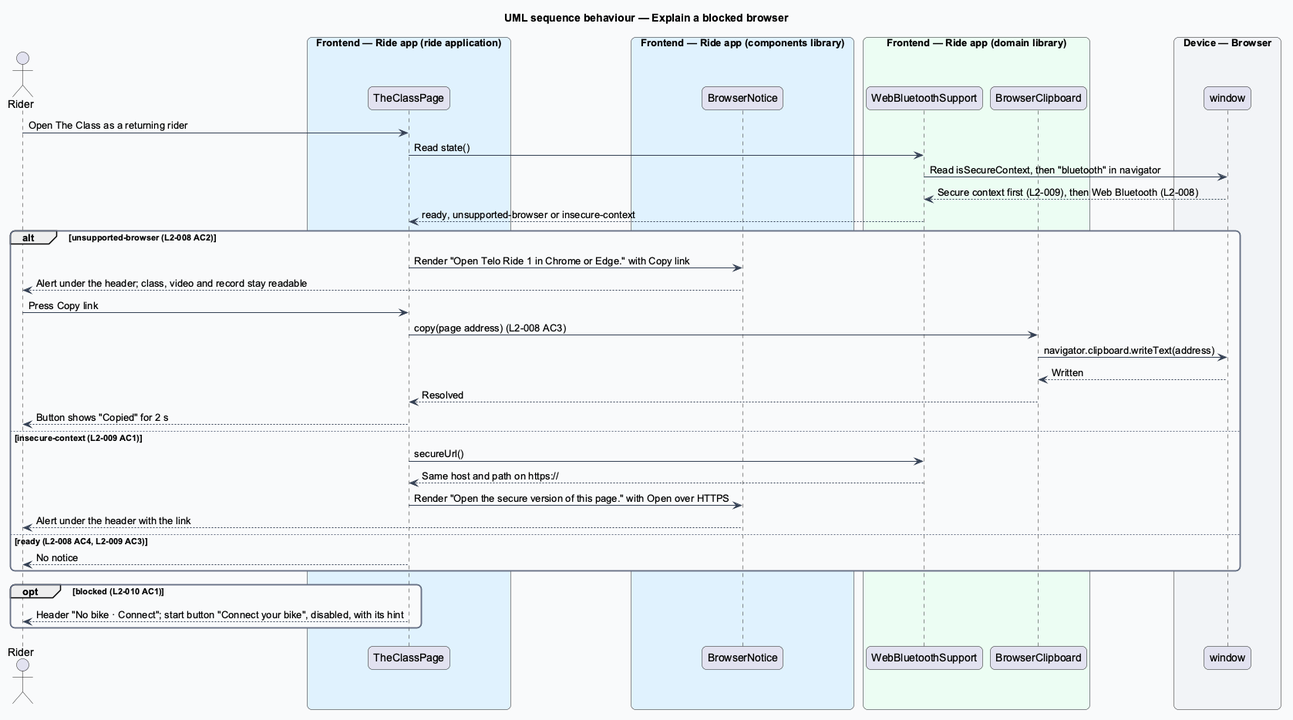
Earlier version of the PlantUML export docs/detailed-designs/bike/check-bike-and-browser-support/diagrams/sequence-explain-a-blocked-browser.png (QuinntyneBrown/ride-one).
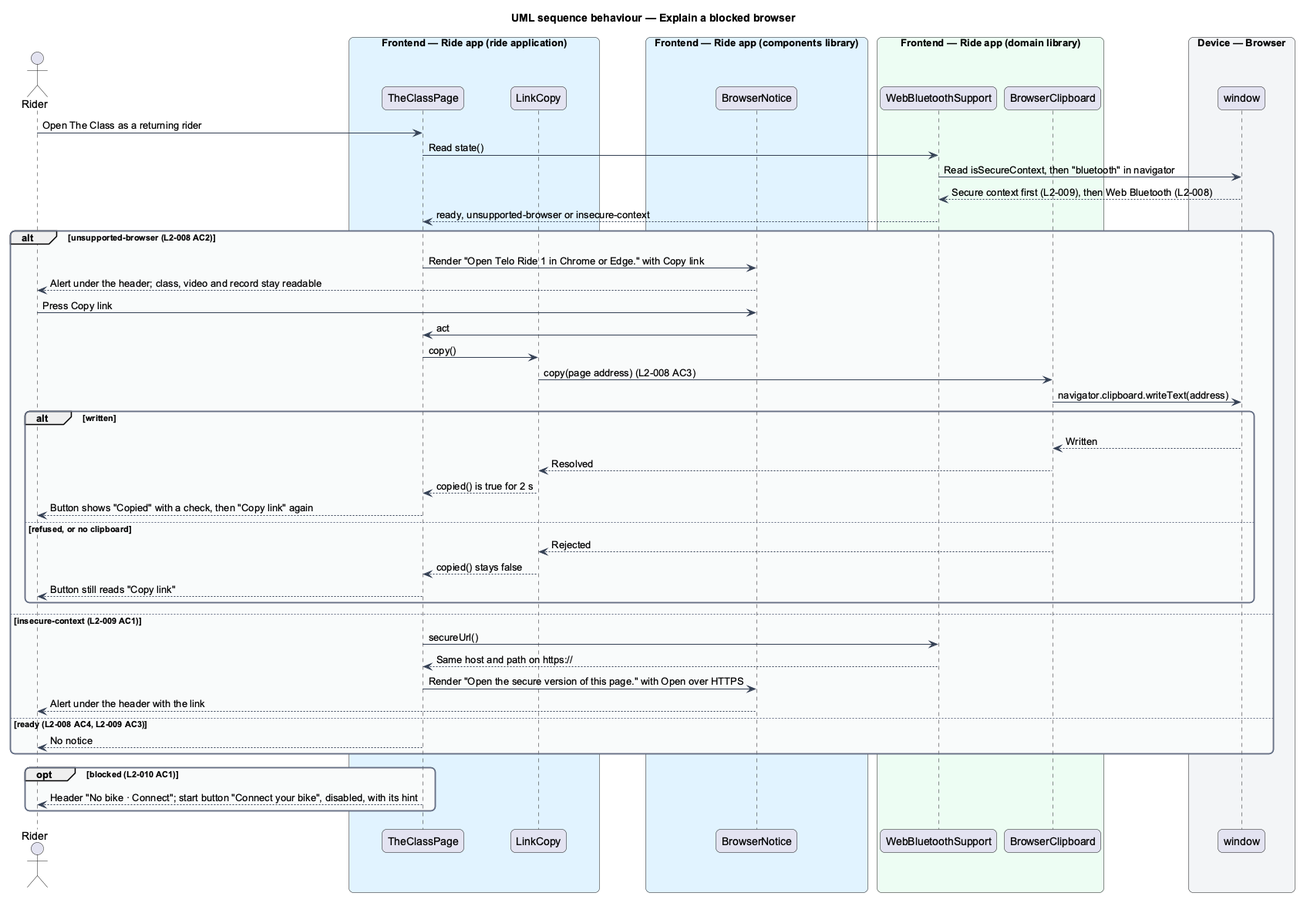
The same file after the commit.

Diff of the diagram source:
```diff
@@ -17,6 +17,7 @@
 actor "Rider" as rider
 box "Frontend — Ride app (ride application)" #E0F2FE
   participant "TheClassPage" as page
+  participant "LinkCopy" as link
 end box
 box "Frontend — Ride app (components library)" #E0F2FE
   participant "BrowserNotice" as notice
@@ -36,12 +37,21 @@
 alt unsupported-browser (L2-008 AC2)
   page -> notice : Render "Open Telo Ride 1 in Chrome or Edge." with Copy link
   notice --> rider : Alert under the header; class, video and record stay readable
-  rider -> page : Press Copy link
-  page -> clip : copy(page address) (L2-008 AC3)
+  rider -> notice : Press Copy link
+  notice -> page : act
+  page -> link : copy()
+  link -> clip : copy(page address) (L2-008 AC3)
   clip -> window : navigator.clipboard.writeText(address)
-  window --> clip : Written
-  clip --> page : Resolved
-  page --> rider : Button shows "Copied" for 2 s
+  alt written
+    window --> clip : Written
+    clip --> link : Resolved
+    link --> page : copied() is true for 2 s
+    page --> rider : Button shows "Copied" with a check, then "Copy link" again
+  else refused, or no clipboard
+    clip --> link : Rejected
+    link --> page : copied() stays false
+    page --> rider : Button still reads "Copy link"
+  end
 else insecure-context (L2-009 AC1)
   page -> support : secureUrl()
   support --> page : Same host and path on https://
```
